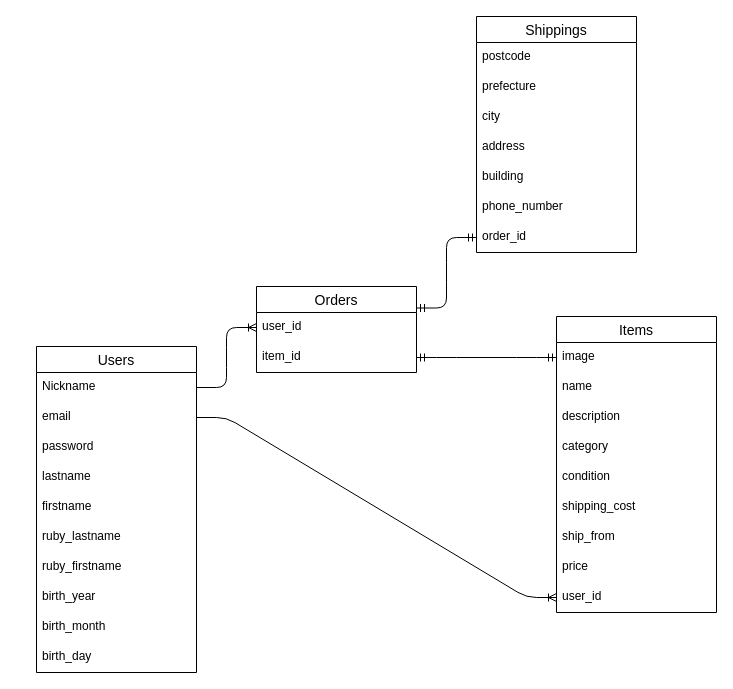
user4ge/furima-38940 keeps this draw.io diagram as furima38940_er.dio. Above is the earlier version. Source tidied: cells renumbered, new cells numbered last; positions are measured from the earlier drawing's top-left corner, leaving out a move shared by most shapes. Both pictures are drawn from the tidied source at 100%, with x=0, y=0 at pixel (36, 16).
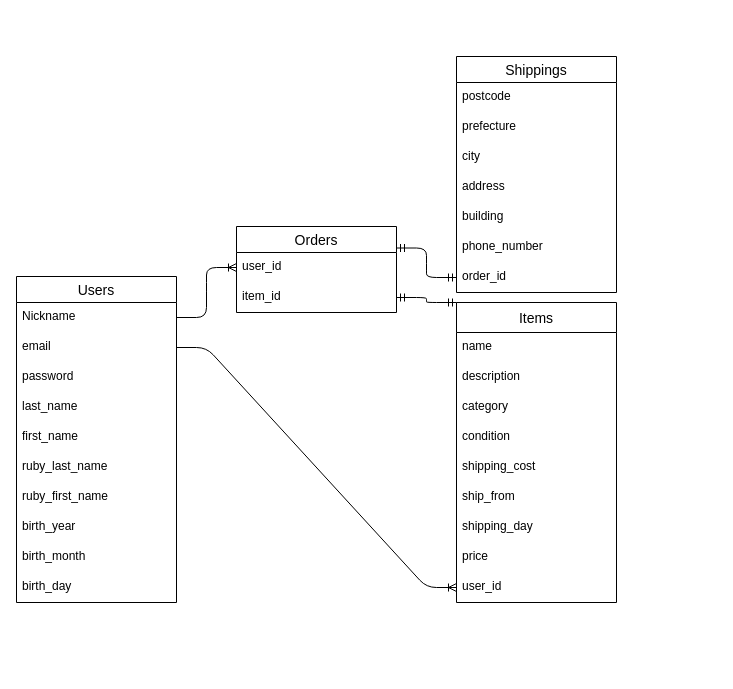
The same page after the edit.

Unchanged cells that the change refers to:
```xml
<mxCell id="25" value="item_id" style="text;strokeColor=none;fillColor=none;spacingLeft=4;spacingRight=4;overflow=hidden;points=[[0,0.5],[1,0.5]];portConstraint=eastwest;fontSize=12;" parent="23" vertex="1">
  <mxGeometry y="56" width="160" height="30" as="geometry" />
</mxCell>
```

Change to the diagram source:
```diff
@@
     <mxCell id="2" value="Users" style="swimlane;fontStyle=0;horizontal=1;startSize=26;align=center;fontSize=14;" parent="1" vertex="1">
-      <mxGeometry y="330" width="160" height="326" as="geometry" />
+      <mxGeometry x="-20" y="260" width="160" height="326" as="geometry" />
     </mxCell>
@@
-    <mxCell id="6" value="lastname" style="text;strokeColor=none;fillColor=none;spacingLeft=4;spacingRight=4;overflow=hidden;fontSize=12;" parent="2" vertex="1">
+    <mxCell id="6" value="last_name" style="text;strokeColor=none;fillColor=none;spacingLeft=4;spacingRight=4;overflow=hidden;fontSize=12;" parent="2" vertex="1">
       <mxGeometry y="116" width="160" height="30" as="geometry" />
     </mxCell>
-    <mxCell id="7" value="firstname" style="text;strokeColor=none;fillColor=none;spacingLeft=4;spacingRight=4;overflow=hidden;fontSize=12;" parent="2" vertex="1">
+    <mxCell id="7" value="first_name" style="text;strokeColor=none;fillColor=none;spacingLeft=4;spacingRight=4;overflow=hidden;fontSize=12;" parent="2" vertex="1">
       <mxGeometry y="146" width="160" height="30" as="geometry" />
     </mxCell>
-    <mxCell id="8" value="ruby_lastname" style="text;strokeColor=none;fillColor=none;spacingLeft=4;spacingRight=4;overflow=hidden;fontSize=12;" parent="2" vertex="1">
+    <mxCell id="8" value="ruby_last_name" style="text;strokeColor=none;fillColor=none;spacingLeft=4;spacingRight=4;overflow=hidden;fontSize=12;" parent="2" vertex="1">
       <mxGeometry y="176" width="160" height="30" as="geometry" />
     </mxCell>
-    <mxCell id="9" value="ruby_firstname" style="text;strokeColor=none;fillColor=none;spacingLeft=4;spacingRight=4;overflow=hidden;fontSize=12;" parent="2" vertex="1">
+    <mxCell id="9" value="ruby_first_name" style="text;strokeColor=none;fillColor=none;spacingLeft=4;spacingRight=4;overflow=hidden;fontSize=12;" parent="2" vertex="1">
       <mxGeometry y="206" width="160" height="30" as="geometry" />
     </mxCell>
@@
-    <mxCell id="13" value="Items" style="swimlane;fontStyle=0;horizontal=1;startSize=26;align=center;fontSize=14;" parent="1" vertex="1">
-      <mxGeometry x="520" y="300" width="160" height="296" as="geometry" />
+    <mxCell id="13" value="Items" style="swimlane;fontStyle=0;horizontal=1;startSize=30;align=center;fontSize=14;" parent="1" vertex="1">
+      <mxGeometry x="420" y="286" width="160" height="300" as="geometry" />
     </mxCell>
-    <mxCell id="14" value="image" style="text;strokeColor=none;fillColor=none;spacingLeft=4;spacingRight=4;overflow=hidden;points=[[0,0.5],[1,0.5]];portConstraint=eastwest;fontSize=12;" parent="13" vertex="1">
-      <mxGeometry y="26" width="160" height="30" as="geometry" />
-    </mxCell>
     <mxCell id="15" value="name" style="text;strokeColor=none;fillColor=none;spacingLeft=4;spacingRight=4;overflow=hidden;fontSize=12;" parent="13" vertex="1">
-      <mxGeometry y="56" width="160" height="30" as="geometry" />
+      <mxGeometry y="30" width="160" height="30" as="geometry" />
     </mxCell>
     <mxCell id="16" value="description" style="text;strokeColor=none;fillColor=none;spacingLeft=4;spacingRight=4;overflow=hidden;fontSize=12;" parent="13" vertex="1">
-      <mxGeometry y="86" width="160" height="30" as="geometry" />
+      <mxGeometry y="60" width="160" height="30" as="geometry" />
     </mxCell>
     <mxCell id="17" value="category" style="text;strokeColor=none;fillColor=none;spacingLeft=4;spacingRight=4;overflow=hidden;fontSize=12;" parent="13" vertex="1">
-      <mxGeometry y="116" width="160" height="30" as="geometry" />
+      <mxGeometry y="90" width="160" height="30" as="geometry" />
     </mxCell>
     <mxCell id="18" value="condition" style="text;strokeColor=none;fillColor=none;spacingLeft=4;spacingRight=4;overflow=hidden;fontSize=12;" parent="13" vertex="1">
-      <mxGeometry y="146" width="160" height="30" as="geometry" />
+      <mxGeometry y="120" width="160" height="30" as="geometry" />
     </mxCell>
     <mxCell id="19" value="shipping_cost" style="text;strokeColor=none;fillColor=none;spacingLeft=4;spacingRight=4;overflow=hidden;fontSize=12;" parent="13" vertex="1">
-      <mxGeometry y="176" width="160" height="30" as="geometry" />
+      <mxGeometry y="150" width="160" height="30" as="geometry" />
     </mxCell>
     <mxCell id="20" value="ship_from" style="text;strokeColor=none;fillColor=none;spacingLeft=4;spacingRight=4;overflow=hidden;fontSize=12;" parent="13" vertex="1">
-      <mxGeometry y="206" width="160" height="30" as="geometry" />
+      <mxGeometry y="180" width="160" height="30" as="geometry" />
     </mxCell>
+    <mxCell id="38" value="shipping_day" style="text;strokeColor=none;fillColor=none;spacingLeft=4;spacingRight=4;overflow=hidden;fontSize=12;" parent="13" vertex="1">
+      <mxGeometry y="210" width="160" height="30" as="geometry" />
+    </mxCell>
     <mxCell id="21" value="price" style="text;strokeColor=none;fillColor=none;spacingLeft=4;spacingRight=4;overflow=hidden;fontSize=12;" parent="13" vertex="1">
-      <mxGeometry y="236" width="160" height="30" as="geometry" />
+      <mxGeometry y="240" width="160" height="30" as="geometry" />
     </mxCell>
     <mxCell id="22" value="user_id" style="text;strokeColor=none;fillColor=none;spacingLeft=4;spacingRight=4;overflow=hidden;points=[[0,0.5],[1,0.5]];portConstraint=eastwest;fontSize=12;" parent="13" vertex="1">
-      <mxGeometry y="266" width="160" height="30" as="geometry" />
+      <mxGeometry y="270" width="160" height="30" as="geometry" />
     </mxCell>
     <mxCell id="23" value="Orders" style="swimlane;fontStyle=0;horizontal=1;startSize=26;align=center;fontSize=14;" parent="1" vertex="1">
-      <mxGeometry x="220" y="270" width="160" height="86" as="geometry" />
+      <mxGeometry x="200" y="210" width="160" height="86" as="geometry" />
     </mxCell>
@@
-    <mxCell id="28" style="edgeStyle=entityRelationEdgeStyle;fontSize=12;html=1;endArrow=ERmandOne;startArrow=ERmandOne;entryX=0;entryY=0.5;entryDx=0;entryDy=0;exitX=1;exitY=0.5;exitDx=0;exitDy=0;" parent="1" edge="1" source="25" target="14">
+    <mxCell id="28" style="edgeStyle=entityRelationEdgeStyle;fontSize=12;html=1;endArrow=ERmandOne;startArrow=ERmandOne;exitX=1;exitY=0.5;exitDx=0;exitDy=0;entryX=0;entryY=0;entryDx=0;entryDy=0;" parent="1" edge="1" source="25" target="13">
       <mxGeometry relative="1" as="geometry" />
     </mxCell>
     <mxCell id="29" value="Shippings" style="swimlane;fontStyle=0;horizontal=1;startSize=26;align=center;fontSize=14;" parent="1" vertex="1">
-      <mxGeometry x="440" width="160" height="236" as="geometry" />
+      <mxGeometry x="420" y="40" width="160" height="236" as="geometry" />
     </mxCell>
```
